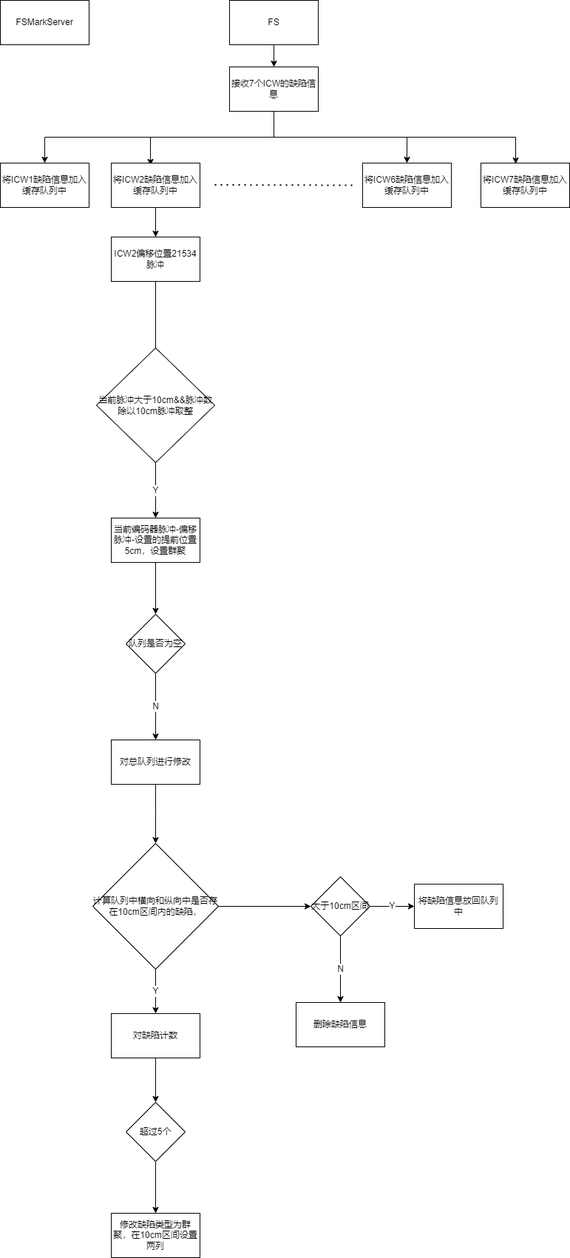
This is FSMark.png from Durpe/Drawio, a draw.io export, as it was before one commit. Source tidied: cells renumbered, new cells last; positions are measured from the earlier drawing's top-left corner, leaving out a move shared by most shapes.
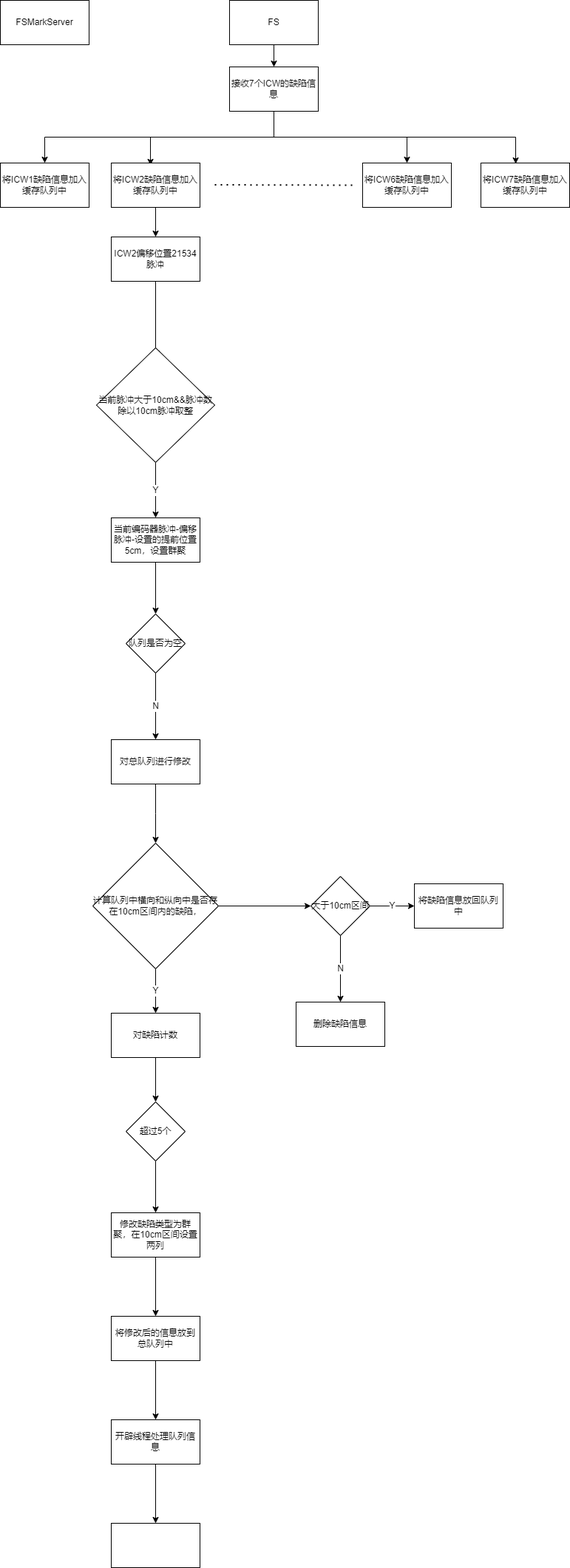
The same diagram one commit later.

Diff of the diagram source:
```diff
@@ -104,6 +104,9 @@
     <mxCell id="32" value="超过5个" style="rhombus;whiteSpace=wrap;html=1;" parent="1" vertex="1">
       <mxGeometry x="170" y="1490" width="80" height="80" as="geometry" />
     </mxCell>
+    <mxCell id="39" style="edgeStyle=orthogonalEdgeStyle;rounded=0;jettySize=auto;html=1;" parent="1" edge="1" source="33" target="41">
+      <mxGeometry relative="1" as="geometry" />
+    </mxCell>
     <mxCell id="33" value="修改缺陷类型为群聚，在10cm区间设置两列" style="whiteSpace=wrap;html=1;" parent="1" vertex="1">
       <mxGeometry x="150" y="1640" width="120" height="60" as="geometry" />
     </mxCell>
@@ -122,5 +125,20 @@
     <mxCell id="38" value="删除缺陷信息" style="whiteSpace=wrap;html=1;" parent="1" vertex="1">
       <mxGeometry x="400" y="1355" width="120" height="60" as="geometry" />
     </mxCell>
+    <mxCell id="40" style="edgeStyle=orthogonalEdgeStyle;rounded=0;jettySize=auto;html=1;" parent="1" edge="1" source="41" target="43">
+      <mxGeometry relative="1" as="geometry" />
+    </mxCell>
+    <mxCell id="41" value="将修改后的信息放到总队列中" style="whiteSpace=wrap;html=1;" parent="1" vertex="1">
+      <mxGeometry x="150" y="1780" width="120" height="60" as="geometry" />
+    </mxCell>
+    <mxCell id="42" style="edgeStyle=orthogonalEdgeStyle;rounded=0;jettySize=auto;html=1;" parent="1" edge="1" source="43" target="44">
+      <mxGeometry relative="1" as="geometry" />
+    </mxCell>
+    <mxCell id="43" value="开辟线程处理队列信息" style="whiteSpace=wrap;html=1;" parent="1" vertex="1">
+      <mxGeometry x="150" y="1920" width="120" height="60" as="geometry" />
+    </mxCell>
+    <mxCell id="44" style="whiteSpace=wrap;html=1;" parent="1" vertex="1">
+      <mxGeometry x="150" y="2060" width="120" height="60" as="geometry" />
+    </mxCell>
   </root>
 </mxGraphModel>
```
